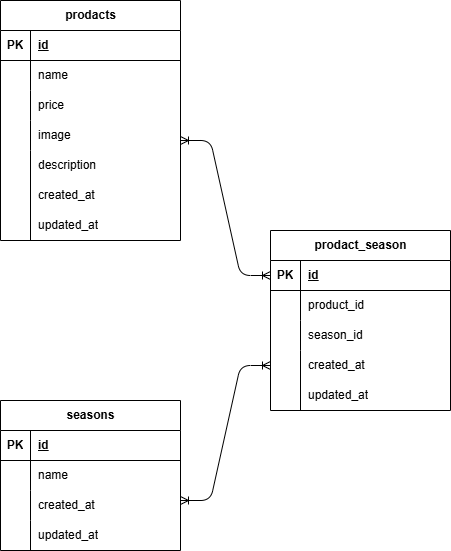
This is ER.drawio.png from nara773work/mogitate, a draw.io export, as it was before one commit. Source tidied: cells renumbered, new cells last; positions are measured from the earlier drawing's top-left corner, leaving out a move shared by most shapes. Source of this version:
```xml
<mxGraphModel>
  <root>
    <mxCell id="0" />
    <mxCell id="1" parent="0" />
    <mxCell id="2" value="prodacts" style="shape=table;startSize=30;rowLines=0;fontStyle=1;align=center;html=1;" parent="1" vertex="1">
      <mxGeometry y="10" width="180" height="240" as="geometry" />
    </mxCell>
    <mxCell id="3" style="shape=tableRow;horizontal=0;startSize=0;swimlaneHead=0;swimlaneBody=0;fillColor=none;top=0;left=0;right=0;bottom=1;" parent="2" vertex="1">
      <mxGeometry y="30" width="180" height="30" as="geometry" />
    </mxCell>
    <mxCell id="4" value="PK" style="shape=partialRectangle;fillColor=none;top=0;left=0;bottom=0;right=0;fontStyle=1;overflow=hidden;whiteSpace=wrap;html=1;" parent="3" vertex="1">
      <mxGeometry width="30" height="30" as="geometry" />
    </mxCell>
    <mxCell id="5" value="id" style="shape=partialRectangle;fillColor=none;top=0;left=0;bottom=0;right=0;align=left;spacingLeft=6;fontStyle=5;overflow=hidden;whiteSpace=wrap;html=1;" parent="3" vertex="1">
      <mxGeometry x="30" width="150" height="30" as="geometry" />
    </mxCell>
    <mxCell id="6" style="shape=tableRow;horizontal=0;startSize=0;swimlaneHead=0;swimlaneBody=0;fillColor=none;top=0;left=0;right=0;bottom=0;" parent="2" vertex="1">
      <mxGeometry y="60" width="180" height="30" as="geometry" />
    </mxCell>
    <mxCell id="7" style="shape=partialRectangle;fillColor=none;top=0;left=0;bottom=0;right=0;overflow=hidden;whiteSpace=wrap;html=1;" parent="6" vertex="1">
      <mxGeometry width="30" height="30" as="geometry" />
    </mxCell>
    <mxCell id="8" value="name" style="shape=partialRectangle;fillColor=none;top=0;left=0;bottom=0;right=0;align=left;spacingLeft=6;overflow=hidden;whiteSpace=wrap;html=1;" parent="6" vertex="1">
      <mxGeometry x="30" width="150" height="30" as="geometry" />
    </mxCell>
    <mxCell id="9" style="shape=tableRow;horizontal=0;startSize=0;swimlaneHead=0;swimlaneBody=0;fillColor=none;top=0;left=0;right=0;bottom=0;" parent="2" vertex="1">
      <mxGeometry y="90" width="180" height="30" as="geometry" />
    </mxCell>
    <mxCell id="10" style="shape=partialRectangle;fillColor=none;top=0;left=0;bottom=0;right=0;overflow=hidden;whiteSpace=wrap;html=1;" parent="9" vertex="1">
      <mxGeometry width="30" height="30" as="geometry" />
    </mxCell>
    <mxCell id="11" value="price" style="shape=partialRectangle;fillColor=none;top=0;left=0;bottom=0;right=0;align=left;spacingLeft=6;overflow=hidden;whiteSpace=wrap;html=1;" parent="9" vertex="1">
      <mxGeometry x="30" width="150" height="30" as="geometry" />
    </mxCell>
    <mxCell id="12" style="shape=tableRow;horizontal=0;startSize=0;swimlaneHead=0;swimlaneBody=0;fillColor=none;top=0;left=0;right=0;bottom=0;" parent="2" vertex="1">
      <mxGeometry y="120" width="180" height="30" as="geometry" />
    </mxCell>
    <mxCell id="13" style="shape=partialRectangle;fillColor=none;top=0;left=0;bottom=0;right=0;overflow=hidden;whiteSpace=wrap;html=1;" parent="12" vertex="1">
      <mxGeometry width="30" height="30" as="geometry" />
    </mxCell>
    <mxCell id="14" value="image" style="shape=partialRectangle;fillColor=none;top=0;left=0;bottom=0;right=0;align=left;spacingLeft=6;overflow=hidden;whiteSpace=wrap;html=1;" parent="12" vertex="1">
      <mxGeometry x="30" width="150" height="30" as="geometry" />
    </mxCell>
    <mxCell id="15" value="seasons" style="shape=table;startSize=30;rowLines=0;fontStyle=1;align=center;html=1;" parent="1" vertex="1">
      <mxGeometry y="410" width="180" height="150" as="geometry" />
    </mxCell>
    <mxCell id="16" style="shape=tableRow;horizontal=0;startSize=0;swimlaneHead=0;swimlaneBody=0;fillColor=none;top=0;left=0;right=0;bottom=1;" parent="15" vertex="1">
      <mxGeometry y="30" width="180" height="30" as="geometry" />
    </mxCell>
    <mxCell id="17" value="PK" style="shape=partialRectangle;fillColor=none;top=0;left=0;bottom=0;right=0;fontStyle=1;overflow=hidden;whiteSpace=wrap;html=1;" parent="16" vertex="1">
      <mxGeometry width="30" height="30" as="geometry" />
    </mxCell>
    <mxCell id="18" value="id" style="shape=partialRectangle;fillColor=none;top=0;left=0;bottom=0;right=0;align=left;spacingLeft=6;fontStyle=5;overflow=hidden;whiteSpace=wrap;html=1;" parent="16" vertex="1">
      <mxGeometry x="30" width="150" height="30" as="geometry" />
    </mxCell>
    <mxCell id="19" style="shape=tableRow;horizontal=0;startSize=0;swimlaneHead=0;swimlaneBody=0;fillColor=none;top=0;left=0;right=0;bottom=0;" parent="15" vertex="1">
      <mxGeometry y="60" width="180" height="30" as="geometry" />
    </mxCell>
    <mxCell id="20" style="shape=partialRectangle;fillColor=none;top=0;left=0;bottom=0;right=0;overflow=hidden;whiteSpace=wrap;html=1;" parent="19" vertex="1">
      <mxGeometry width="30" height="30" as="geometry" />
    </mxCell>
    <mxCell id="21" value="name" style="shape=partialRectangle;fillColor=none;top=0;left=0;bottom=0;right=0;align=left;spacingLeft=6;overflow=hidden;whiteSpace=wrap;html=1;" parent="19" vertex="1">
      <mxGeometry x="30" width="150" height="30" as="geometry" />
    </mxCell>
    <mxCell id="22" style="shape=tableRow;horizontal=0;startSize=0;swimlaneHead=0;swimlaneBody=0;fillColor=none;top=0;left=0;right=0;bottom=0;" parent="15" vertex="1">
      <mxGeometry y="90" width="180" height="30" as="geometry" />
    </mxCell>
    <mxCell id="23" style="shape=partialRectangle;fillColor=none;top=0;left=0;bottom=0;right=0;overflow=hidden;whiteSpace=wrap;html=1;" parent="22" vertex="1">
      <mxGeometry width="30" height="30" as="geometry" />
    </mxCell>
    <mxCell id="24" value="created_at" style="shape=partialRectangle;fillColor=none;top=0;left=0;bottom=0;right=0;align=left;spacingLeft=6;overflow=hidden;whiteSpace=wrap;html=1;" parent="22" vertex="1">
      <mxGeometry x="30" width="150" height="30" as="geometry" />
    </mxCell>
    <mxCell id="25" style="shape=tableRow;horizontal=0;startSize=0;swimlaneHead=0;swimlaneBody=0;fillColor=none;top=0;left=0;right=0;bottom=0;" parent="15" vertex="1">
      <mxGeometry y="120" width="180" height="30" as="geometry" />
    </mxCell>
    <mxCell id="26" style="shape=partialRectangle;fillColor=none;top=0;left=0;bottom=0;right=0;overflow=hidden;whiteSpace=wrap;html=1;" parent="25" vertex="1">
      <mxGeometry width="30" height="30" as="geometry" />
    </mxCell>
    <mxCell id="27" value="updated_at" style="shape=partialRectangle;fillColor=none;top=0;left=0;bottom=0;right=0;align=left;spacingLeft=6;overflow=hidden;whiteSpace=wrap;html=1;" parent="25" vertex="1">
      <mxGeometry x="30" width="150" height="30" as="geometry" />
    </mxCell>
    <mxCell id="28" value="prodact_season" style="shape=table;startSize=30;rowLines=0;fontStyle=1;align=center;html=1;" parent="1" vertex="1">
      <mxGeometry x="270" y="240" width="180" height="180" as="geometry" />
    </mxCell>
    <mxCell id="29" style="shape=tableRow;horizontal=0;startSize=0;swimlaneHead=0;swimlaneBody=0;fillColor=none;points=[[0,0.5],[1,0.5]];portConstraint=eastwest;top=0;left=0;right=0;bottom=1;" parent="28" vertex="1">
      <mxGeometry y="30" width="180" height="30" as="geometry" />
    </mxCell>
    <mxCell id="30" value="PK" style="shape=partialRectangle;fillColor=none;top=0;left=0;bottom=0;right=0;fontStyle=1;overflow=hidden;whiteSpace=wrap;html=1;" parent="29" vertex="1">
      <mxGeometry width="30" height="30" as="geometry" />
    </mxCell>
    <mxCell id="31" value="id" style="shape=partialRectangle;fillColor=none;top=0;left=0;bottom=0;right=0;align=left;spacingLeft=6;fontStyle=5;overflow=hidden;whiteSpace=wrap;html=1;" parent="29" vertex="1">
      <mxGeometry x="30" width="150" height="30" as="geometry" />
    </mxCell>
    <mxCell id="32" style="shape=tableRow;horizontal=0;startSize=0;swimlaneHead=0;swimlaneBody=0;fillColor=none;top=0;left=0;right=0;bottom=0;" parent="28" vertex="1">
      <mxGeometry y="60" width="180" height="30" as="geometry" />
    </mxCell>
    <mxCell id="33" style="shape=partialRectangle;fillColor=none;top=0;left=0;bottom=0;right=0;overflow=hidden;whiteSpace=wrap;html=1;" parent="32" vertex="1">
      <mxGeometry width="30" height="30" as="geometry" />
    </mxCell>
    <mxCell id="34" value="product_id" style="shape=partialRectangle;fillColor=none;top=0;left=0;bottom=0;right=0;align=left;spacingLeft=6;overflow=hidden;whiteSpace=wrap;html=1;" parent="32" vertex="1">
      <mxGeometry x="30" width="150" height="30" as="geometry" />
    </mxCell>
    <mxCell id="35" style="shape=tableRow;horizontal=0;startSize=0;swimlaneHead=0;swimlaneBody=0;fillColor=none;top=0;left=0;right=0;bottom=0;" parent="28" vertex="1">
      <mxGeometry y="90" width="180" height="30" as="geometry" />
    </mxCell>
    <mxCell id="36" style="shape=partialRectangle;fillColor=none;top=0;left=0;bottom=0;right=0;overflow=hidden;whiteSpace=wrap;html=1;" parent="35" vertex="1">
      <mxGeometry width="30" height="30" as="geometry" />
    </mxCell>
    <mxCell id="37" value="season_id" style="shape=partialRectangle;fillColor=none;top=0;left=0;bottom=0;right=0;align=left;spacingLeft=6;overflow=hidden;whiteSpace=wrap;html=1;" parent="35" vertex="1">
      <mxGeometry x="30" width="150" height="30" as="geometry" />
    </mxCell>
    <mxCell id="38" style="shape=tableRow;horizontal=0;startSize=0;swimlaneHead=0;swimlaneBody=0;fillColor=none;points=[[0,0.5],[1,0.5]];portConstraint=eastwest;top=0;left=0;right=0;bottom=0;" parent="28" vertex="1">
      <mxGeometry y="120" width="180" height="30" as="geometry" />
    </mxCell>
    <mxCell id="39" style="shape=partialRectangle;fillColor=none;top=0;left=0;bottom=0;right=0;overflow=hidden;whiteSpace=wrap;html=1;" parent="38" vertex="1">
      <mxGeometry width="30" height="30" as="geometry" />
    </mxCell>
    <mxCell id="40" value="created_at" style="shape=partialRectangle;fillColor=none;top=0;left=0;bottom=0;right=0;align=left;spacingLeft=6;overflow=hidden;whiteSpace=wrap;html=1;" parent="38" vertex="1">
      <mxGeometry x="30" width="150" height="30" as="geometry" />
    </mxCell>
    <mxCell id="41" value="description" style="shape=partialRectangle;fillColor=none;top=0;left=0;bottom=0;right=0;align=left;spacingLeft=6;overflow=hidden;whiteSpace=wrap;html=1;" parent="1" vertex="1">
      <mxGeometry x="30" y="160" width="150" height="30" as="geometry" />
    </mxCell>
    <mxCell id="42" value="created_at" style="shape=partialRectangle;fillColor=none;top=0;left=0;bottom=0;right=0;align=left;spacingLeft=6;overflow=hidden;whiteSpace=wrap;html=1;" parent="1" vertex="1">
      <mxGeometry x="30" y="190" width="150" height="30" as="geometry" />
    </mxCell>
    <mxCell id="43" value="updated_at" style="shape=partialRectangle;fillColor=none;top=0;left=0;bottom=0;right=0;align=left;spacingLeft=6;overflow=hidden;whiteSpace=wrap;html=1;" parent="1" vertex="1">
      <mxGeometry x="30" y="220" width="150" height="30" as="geometry" />
    </mxCell>
    <mxCell id="44" style="endArrow=none;html=1;rounded=0;" parent="1" edge="1">
      <mxGeometry relative="1" as="geometry">
        <mxPoint x="30" y="160" as="sourcePoint" />
        <mxPoint x="30" y="250" as="targetPoint" />
      </mxGeometry>
    </mxCell>
    <mxCell id="45" value="updated_at" style="shape=partialRectangle;fillColor=none;top=0;left=0;bottom=0;right=0;align=left;spacingLeft=6;overflow=hidden;whiteSpace=wrap;html=1;" parent="1" vertex="1">
      <mxGeometry x="300" y="390" width="150" height="30" as="geometry" />
    </mxCell>
    <mxCell id="46" style="endArrow=none;html=1;rounded=0;" parent="1" edge="1">
      <mxGeometry relative="1" as="geometry">
        <mxPoint x="300" y="380" as="sourcePoint" />
        <mxPoint x="300" y="420" as="targetPoint" />
      </mxGeometry>
    </mxCell>
    <mxCell id="47" style="edgeStyle=entityRelationEdgeStyle;fontSize=12;html=1;endArrow=ERoneToMany;startArrow=ERoneToMany;entryX=0;entryY=0.5;entryDx=0;entryDy=0;" parent="1" edge="1" target="29">
      <mxGeometry relative="1" as="geometry">
        <mxPoint x="180" y="150" as="sourcePoint" />
        <Array as="points">
          <mxPoint x="290" />
          <mxPoint x="320" y="150" />
        </Array>
      </mxGeometry>
    </mxCell>
    <mxCell id="48" style="edgeStyle=entityRelationEdgeStyle;fontSize=12;html=1;endArrow=ERoneToMany;startArrow=ERoneToMany;entryX=0;entryY=0.5;entryDx=0;entryDy=0;" parent="1" edge="1" target="38">
      <mxGeometry relative="1" as="geometry">
        <mxPoint x="180" y="510" as="sourcePoint" />
      </mxGeometry>
    </mxCell>
  </root>
</mxGraphModel>
```
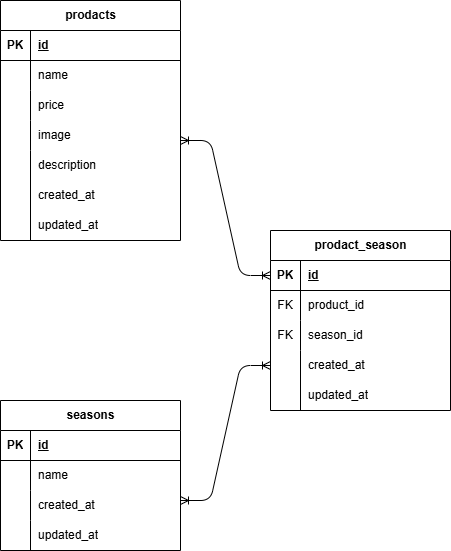
After the commit.

Change to the diagram source:
```diff
@@ -95,7 +95,7 @@
     <mxCell id="32" style="shape=tableRow;horizontal=0;startSize=0;swimlaneHead=0;swimlaneBody=0;fillColor=none;top=0;left=0;right=0;bottom=0;" parent="28" vertex="1">
       <mxGeometry y="60" width="180" height="30" as="geometry" />
     </mxCell>
-    <mxCell id="33" style="shape=partialRectangle;fillColor=none;top=0;left=0;bottom=0;right=0;overflow=hidden;whiteSpace=wrap;html=1;" parent="32" vertex="1">
+    <mxCell id="33" value="FK" style="shape=partialRectangle;fillColor=none;top=0;left=0;bottom=0;right=0;overflow=hidden;whiteSpace=wrap;html=1;" parent="32" vertex="1">
       <mxGeometry width="30" height="30" as="geometry" />
     </mxCell>
     <mxCell id="34" value="product_id" style="shape=partialRectangle;fillColor=none;top=0;left=0;bottom=0;right=0;align=left;spacingLeft=6;overflow=hidden;whiteSpace=wrap;html=1;" parent="32" vertex="1">
@@ -104,7 +104,7 @@
     <mxCell id="35" style="shape=tableRow;horizontal=0;startSize=0;swimlaneHead=0;swimlaneBody=0;fillColor=none;top=0;left=0;right=0;bottom=0;" parent="28" vertex="1">
       <mxGeometry y="90" width="180" height="30" as="geometry" />
     </mxCell>
-    <mxCell id="36" style="shape=partialRectangle;fillColor=none;top=0;left=0;bottom=0;right=0;overflow=hidden;whiteSpace=wrap;html=1;" parent="35" vertex="1">
+    <mxCell id="36" value="FK" style="shape=partialRectangle;fillColor=none;top=0;left=0;bottom=0;right=0;overflow=hidden;whiteSpace=wrap;html=1;" parent="35" vertex="1">
       <mxGeometry width="30" height="30" as="geometry" />
     </mxCell>
     <mxCell id="37" value="season_id" style="shape=partialRectangle;fillColor=none;top=0;left=0;bottom=0;right=0;align=left;spacingLeft=6;overflow=hidden;whiteSpace=wrap;html=1;" parent="35" vertex="1">
```
